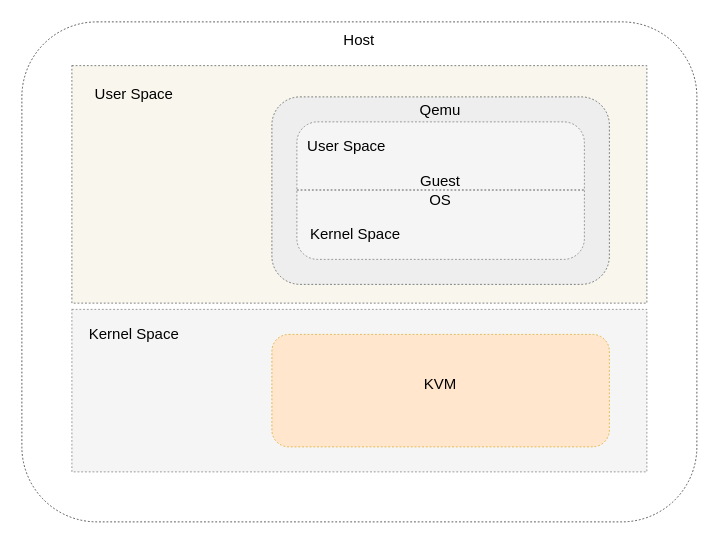
Earlier version of the draw.io diagram qemu_kvm.drawio (qinxinliang/diagrams). Source tidied: cells renumbered, new cells numbered last; positions are measured from the earlier drawing's top-left corner, leaving out a move shared by most shapes. Both pictures are drawn from the tidied source at 125%, with x=0, y=0 at pixel (21, 21).
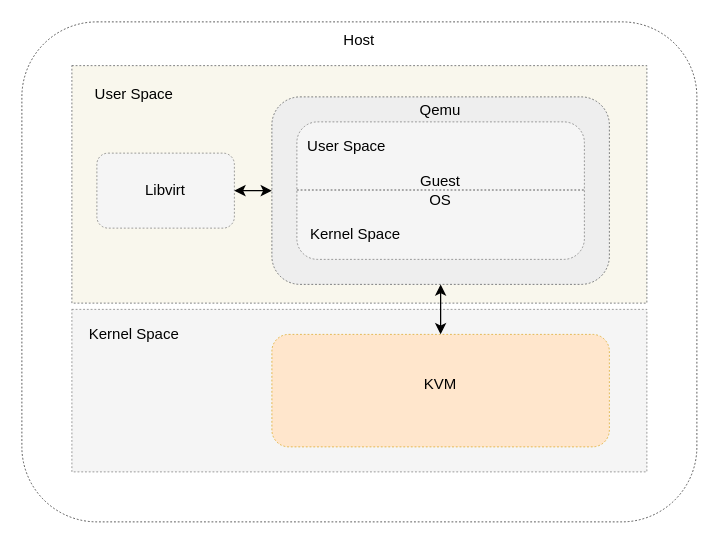
Above is the later version.

The change refers to these unchanged cells:
```xml
<mxCell id="5" style="whiteSpace=wrap;html=1;fillColor=#eeeeee;fontSize=14;strokeColor=#36393d;verticalAlign=top;strokeWidth=0.5;rounded=1;dashed=1;" parent="1" vertex="1">
  <mxGeometry x="200" y="60" width="270" height="150" as="geometry" />
</mxCell>
<mxCell id="6" style="whiteSpace=wrap;html=1;fillColor=#ffe6cc;fontSize=14;strokeColor=#d79b00;verticalAlign=top;strokeWidth=0.5;dashed=1;rounded=1;" parent="1" vertex="1">
  <mxGeometry x="200" y="250" width="270" height="90" as="geometry" />
</mxCell>
```

What changed in the source:
```diff
@@
+    <mxCell id="17" style="endArrow=classic;startArrow=classic;html=1;rounded=0;entryX=0.5;entryY=1;entryDx=0;entryDy=0;exitX=0.5;exitY=0;exitDx=0;exitDy=0;fillColor=#f8cecc;strokeColor=#000000;" parent="1" edge="1" source="6" target="5">
+      <mxGeometry relative="1" as="geometry" />
+    </mxCell>
+    <mxCell id="18" style="whiteSpace=wrap;html=1;fillColor=#f5f5f5;fontSize=14;strokeColor=#666666;verticalAlign=top;strokeWidth=0.5;dashed=1;rounded=1;fontColor=#333333;" parent="1" vertex="1">
+      <mxGeometry x="60" y="105" width="110" height="60" as="geometry" />
+    </mxCell>
+    <mxCell id="19" value="Libvirt" style="text;html=1;strokeColor=none;fillColor=none;align=center;verticalAlign=middle;whiteSpace=wrap;rounded=0;" parent="1" vertex="1">
+      <mxGeometry x="95" y="130" width="40" height="10" as="geometry" />
+    </mxCell>
+    <mxCell id="20" style="endArrow=classic;startArrow=classic;html=1;rounded=0;entryX=0;entryY=0.5;entryDx=0;entryDy=0;exitX=1;exitY=0.5;exitDx=0;exitDy=0;fillColor=#f8cecc;strokeColor=#000000;" parent="1" edge="1" source="18" target="5">
+      <mxGeometry relative="1" as="geometry" />
+    </mxCell>
```
